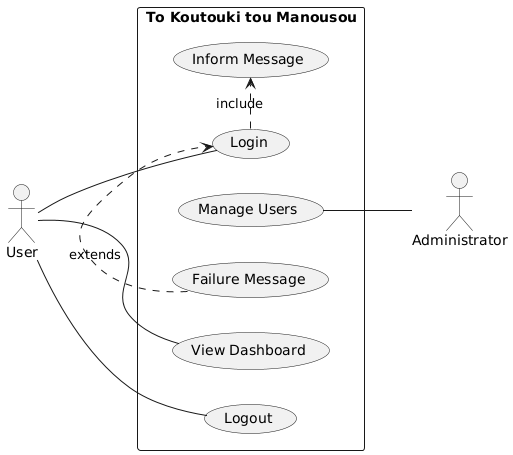
The PlantUML diagram use-case.png in softwareDesign24/collaborateUML-ucd, before a commit.
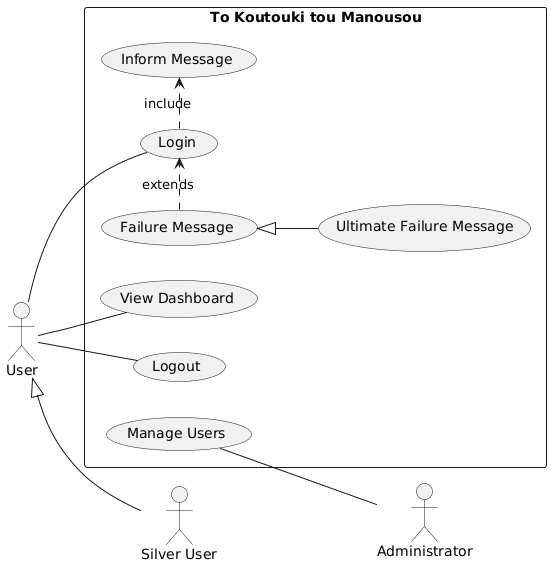
After the commit.

Commit message:
Automated UML diagram generation

The edit, as a diff of the source:
```diff
@@ -3,6 +3,7 @@
 left to right direction
 
 actor "User" as usr
+actor "Silver User" as s_usr
 actor "Administrator" as admin
 
 rectangle "To Koutouki tou Manousou" {
@@ -12,7 +13,7 @@
   usecase "Manage Users" as UC4
   usecase "Inform Message" as UC5
   usecase "Failure Message" as UC6
-
+  usecase "Ultimate Failure Message" as UC7
 }
 
 usr -- UC1
@@ -23,7 +24,8 @@
 UC1 .> UC5 : include
 UC6 .> UC1 : extends
 
-
+usr <|-- s_usr
+UC6 <|-- UC7
 
 
 
```
